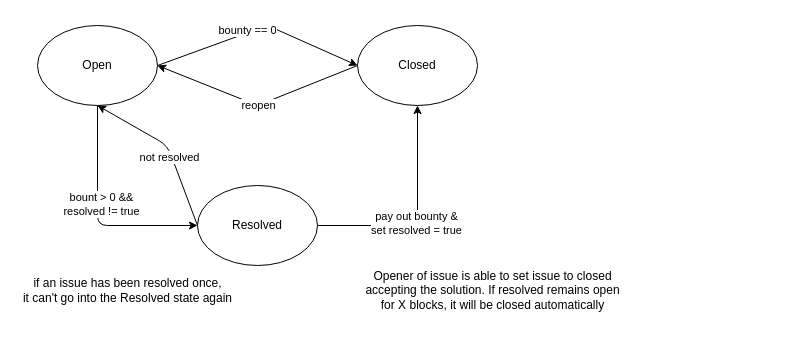
Before: docs/raw/gitIssueState.drawio in varkiwi/git3-contracts, a draw.io diagram. Source tidied: cells renumbered, new cells numbered last; positions are measured from the earlier drawing's top-left corner, leaving out a move shared by most shapes. Both pictures are drawn from the tidied source at 100%, with x=0, y=0 at pixel (17, 25).
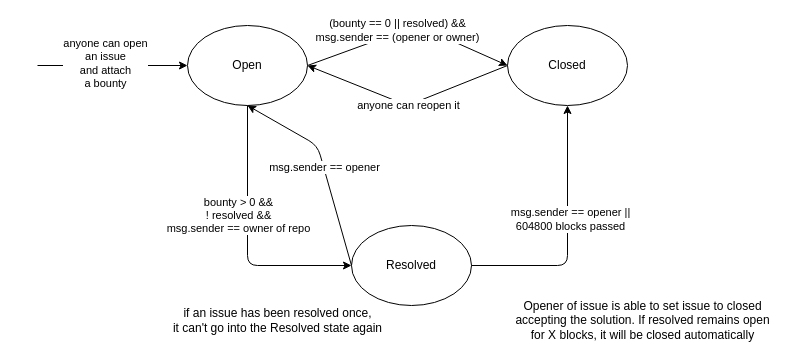
The same page after the edit.

Commit message (it also covers changes not shown here):
Updated the issue state changes

The edit, as a diff of the source:
```diff
@@
     <mxCell id="2" value="Open" style="ellipse;whiteSpace=wrap;html=1;" parent="1" vertex="1">
-      <mxGeometry x="20" width="120" height="80" as="geometry" />
+      <mxGeometry x="170" width="120" height="80" as="geometry" />
     </mxCell>
     <mxCell id="3" value="Closed" style="ellipse;whiteSpace=wrap;html=1;" parent="1" vertex="1">
-      <mxGeometry x="340" width="120" height="80" as="geometry" />
+      <mxGeometry x="490" width="120" height="80" as="geometry" />
     </mxCell>
     <mxCell id="4" value="Resolved" style="ellipse;whiteSpace=wrap;html=1;" parent="1" vertex="1">
-      <mxGeometry x="180" y="160" width="120" height="80" as="geometry" />
+      <mxGeometry x="334" y="200" width="120" height="80" as="geometry" />
     </mxCell>
     <mxCell id="5" style="endArrow=classic;html=1;exitX=0.5;exitY=1;exitDx=0;exitDy=0;entryX=0;entryY=0.5;entryDx=0;entryDy=0;" parent="1" edge="1" source="2" target="4">
       <mxGeometry relative="1" as="geometry">
         <Array as="points">
-          <mxPoint x="80" y="200" />
+          <mxPoint x="230" y="240" />
         </Array>
       </mxGeometry>
     </mxCell>
-    <mxCell id="6" value="bount &amp;gt; 0 &amp;amp;&amp;amp;&lt;br&gt;resolved != true" style="edgeLabel;html=1;align=center;verticalAlign=middle;" parent="5" vertex="1">
-      <mxGeometry x="-0.11" y="3" relative="1" as="geometry" />
+    <mxCell id="6" value="bounty &amp;gt; 0 &amp;amp;&amp;amp;&lt;br&gt;&lt;div&gt;! resolved &amp;amp;&amp;amp;&lt;/div&gt;&lt;div&gt;msg.sender == owner of repo&lt;br&gt;&lt;/div&gt;" style="edgeLabel;html=1;align=center;verticalAlign=middle;" parent="5" vertex="1">
+      <mxGeometry x="-0.11" y="3" relative="1" as="geometry">
+        <mxPoint x="-13" y="-8" as="offset" />
+      </mxGeometry>
     </mxCell>
     <mxCell id="7" style="endArrow=classic;html=1;exitX=1;exitY=0.5;exitDx=0;exitDy=0;entryX=0.5;entryY=1;entryDx=0;entryDy=0;" parent="1" edge="1" source="4" target="3">
       <mxGeometry relative="1" as="geometry">
         <Array as="points">
-          <mxPoint x="400" y="200" />
+          <mxPoint x="550" y="240" />
         </Array>
       </mxGeometry>
     </mxCell>
-    <mxCell id="8" value="pay out bounty &amp;amp;&lt;br&gt;set resolved = true" style="edgeLabel;html=1;align=center;verticalAlign=middle;" parent="7" vertex="1">
-      <mxGeometry x="-0.11" y="3" relative="1" as="geometry" />
+    <mxCell id="8" value="&lt;div&gt;msg.sender == opener ||&lt;/div&gt;&lt;div&gt;604800 blocks passed&lt;br&gt;&lt;/div&gt;" style="edgeLabel;html=1;align=center;verticalAlign=middle;" parent="7" vertex="1">
+      <mxGeometry x="-0.11" y="3" relative="1" as="geometry">
+        <mxPoint x="5" y="-29" as="offset" />
+      </mxGeometry>
     </mxCell>
     <mxCell id="9" style="endArrow=classic;html=1;exitX=1;exitY=0.5;exitDx=0;exitDy=0;entryX=0;entryY=0.5;entryDx=0;entryDy=0;" parent="1" edge="1" source="2" target="3">
       <mxGeometry relative="1" as="geometry">
         <Array as="points">
-          <mxPoint x="250" />
+          <mxPoint x="400" />
         </Array>
       </mxGeometry>
     </mxCell>
-    <mxCell id="10" value="bounty == 0" style="edgeLabel;html=1;align=center;verticalAlign=middle;" parent="9" vertex="1">
+    <mxCell id="10" value="&lt;div&gt;(bounty == 0 || resolved) &amp;amp;&amp;amp;&lt;/div&gt;&lt;div&gt;msg.sender == (opener or owner)&lt;br&gt;&lt;/div&gt;" style="edgeLabel;html=1;align=center;verticalAlign=middle;" parent="9" vertex="1">
       <mxGeometry x="-0.11" y="3" relative="1" as="geometry" />
     </mxCell>
     <mxCell id="11" style="endArrow=classic;html=1;entryX=1;entryY=0.5;entryDx=0;entryDy=0;exitX=0;exitY=0.5;exitDx=0;exitDy=0;" parent="1" edge="1" source="3" target="2">
       <mxGeometry relative="1" as="geometry">
         <Array as="points">
-          <mxPoint x="240" y="80" />
+          <mxPoint x="390" y="80" />
         </Array>
       </mxGeometry>
     </mxCell>
-    <mxCell id="12" value="reopen" style="edgeLabel;html=1;align=center;verticalAlign=middle;" parent="11" vertex="1">
+    <mxCell id="12" value="anyone can reopen it" style="edgeLabel;html=1;align=center;verticalAlign=middle;" parent="11" vertex="1">
       <mxGeometry x="-0.2" y="2" relative="1" as="geometry">
         <mxPoint x="-20.7" y="6.1" as="offset" />
       </mxGeometry>
     </mxCell>
     <mxCell id="13" style="endArrow=classic;html=1;exitX=0;exitY=0.5;exitDx=0;exitDy=0;entryX=0.5;entryY=1;entryDx=0;entryDy=0;" parent="1" edge="1" source="4" target="2">
       <mxGeometry relative="1" as="geometry">
         <Array as="points">
-          <mxPoint x="150" y="120" />
+          <mxPoint x="300" y="120" />
         </Array>
       </mxGeometry>
     </mxCell>
-    <mxCell id="14" value="not resolved" style="edgeLabel;html=1;align=center;verticalAlign=middle;" parent="13" vertex="1">
-      <mxGeometry x="-0.11" y="3" relative="1" as="geometry" />
+    <mxCell id="14" value="msg.sender == opener" style="edgeLabel;html=1;align=center;verticalAlign=middle;" parent="13" vertex="1">
+      <mxGeometry x="-0.11" y="3" relative="1" as="geometry">
+        <mxPoint y="-12" as="offset" />
+      </mxGeometry>
     </mxCell>
     <mxCell id="15" value="if an issue has been resolved once,&lt;br&gt;it can't go into the Resolved state again" style="text;html=1;align=center;verticalAlign=middle;" parent="1" vertex="1">
-      <mxGeometry y="250" width="220" height="30" as="geometry" />
+      <mxGeometry x="150" y="280" width="220" height="30" as="geometry" />
     </mxCell>
     <mxCell id="16" value="Opener of issue is able to set issue to closed&lt;br&gt;accepting the solution. If resolved remains open&lt;br&gt;for X blocks, it will be closed automatically" style="text;html=1;align=center;verticalAlign=middle;" parent="1" vertex="1">
-      <mxGeometry x="340" y="240" width="270" height="50" as="geometry" />
+      <mxGeometry x="490" y="270" width="270" height="50" as="geometry" />
     </mxCell>
+    <mxCell id="17" style="endArrow=classic;html=1;entryX=0;entryY=0.5;entryDx=0;entryDy=0;" parent="1" edge="1" target="2">
+      <mxGeometry relative="1" as="geometry">
+        <mxPoint x="20" y="40" as="sourcePoint" />
+        <Array as="points">
+          <mxPoint x="110" y="40" />
+        </Array>
+      </mxGeometry>
+    </mxCell>
+    <mxCell id="18" value="&lt;div&gt;anyone can open&lt;/div&gt;&lt;div&gt;an issue&lt;/div&gt;&lt;div&gt;and attach&lt;/div&gt;&lt;div&gt;a bounty&lt;br&gt;&lt;/div&gt;" style="edgeLabel;html=1;align=center;verticalAlign=middle;" parent="17" vertex="1">
+      <mxGeometry x="-0.11" y="3" relative="1" as="geometry" />
+    </mxCell>
```
